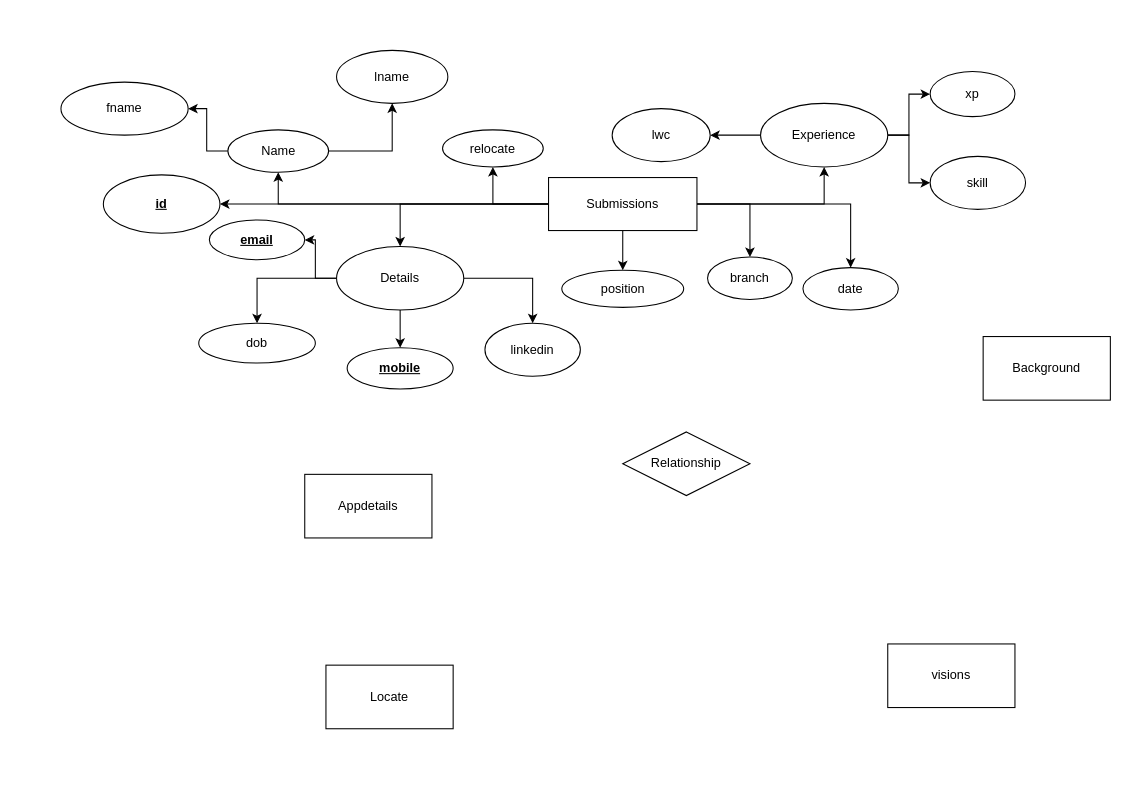
Above: ER Diagram DBMS.drawio in vilasrhegde/Jobapp (draw.io), before the change. Source tidied: cells renumbered, new cells numbered last; positions are measured from the earlier drawing's top-left corner, leaving out a move shared by most shapes. Both pictures are drawn from the tidied source at 106%, with x=0, y=0 at pixel (60, 50).
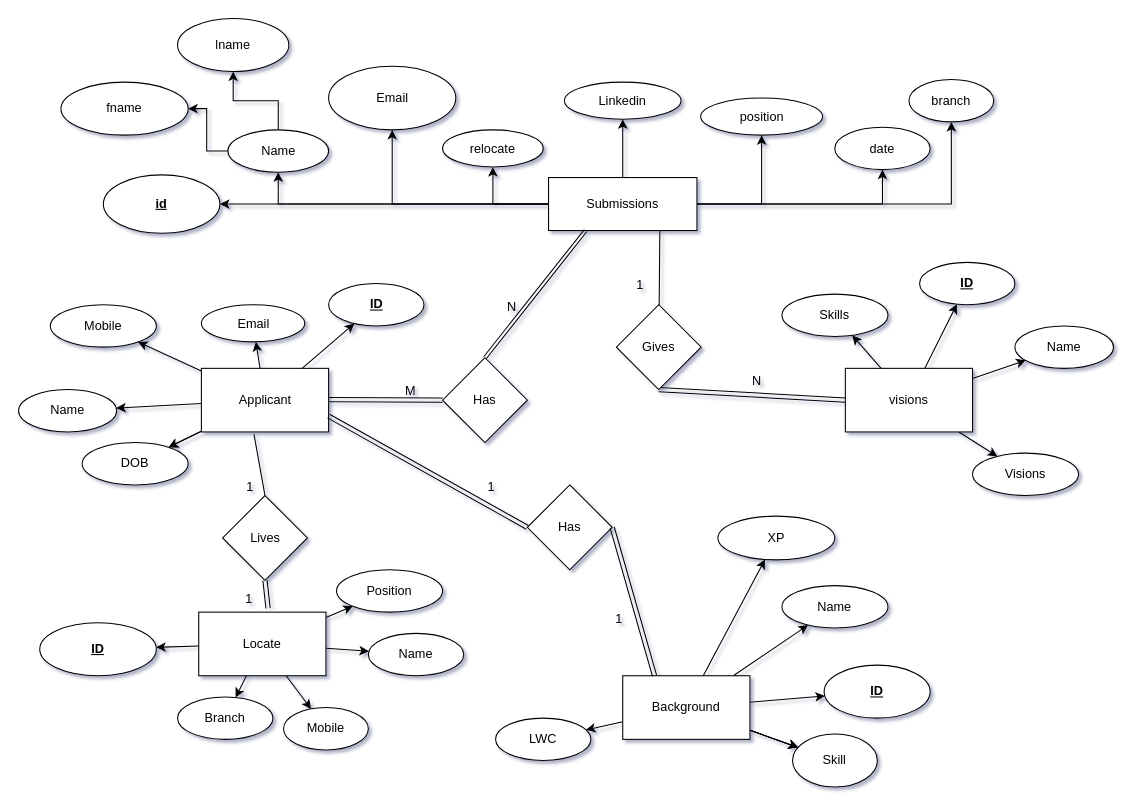
After the change.

The change refers to these unchanged cells:
```xml
<mxCell id="10" value="Submissions" style="rounded=0;whiteSpace=wrap;html=1;" parent="1" vertex="1">
  <mxGeometry x="460" y="120" width="140" height="50" as="geometry" />
</mxCell>
```

What changed in the source:
```diff
@@
-<mxGraphModel>
+<mxGraphModel shadow="1">
@@
-    <mxCell id="8" style="edgeStyle=orthogonalEdgeStyle;rounded=0;jettySize=auto;html=1;" parent="1" edge="1" source="10" target="30">
-      <mxGeometry relative="1" as="geometry" />
-    </mxCell>
-    <mxCell id="9" style="edgeStyle=orthogonalEdgeStyle;rounded=0;jettySize=auto;html=1;" parent="1" edge="1" source="10" target="38">
-      <mxGeometry relative="1" as="geometry" />
-    </mxCell>
+    <mxCell id="42" style="edgeStyle=orthogonalEdgeStyle;rounded=0;jettySize=auto;html=1;" parent="1" edge="1" source="10" target="66">
+      <mxGeometry relative="1" as="geometry" />
+    </mxCell>
+    <mxCell id="43" style="edgeStyle=orthogonalEdgeStyle;rounded=0;jettySize=auto;html=1;" parent="1" edge="1" source="10" target="67">
+      <mxGeometry relative="1" as="geometry" />
+    </mxCell>
@@
+    <mxCell id="44" style="edgeStyle=none;rounded=0;jettySize=auto;html=1;" parent="1" edge="1" source="11" target="82">
+      <mxGeometry relative="1" as="geometry" />
+    </mxCell>
+    <mxCell id="45" style="edgeStyle=none;rounded=0;jettySize=auto;html=1;" parent="1" edge="1" source="11" target="83">
+      <mxGeometry relative="1" as="geometry" />
+    </mxCell>
+    <mxCell id="46" style="edgeStyle=none;rounded=0;jettySize=auto;html=1;" parent="1" edge="1" source="11" target="84">
+      <mxGeometry relative="1" as="geometry" />
+    </mxCell>
+    <mxCell id="47" style="edgeStyle=none;rounded=0;jettySize=auto;html=1;" parent="1" edge="1" source="11" target="85">
+      <mxGeometry relative="1" as="geometry" />
+    </mxCell>
+    <mxCell id="48" style="edgeStyle=none;rounded=0;jettySize=auto;html=1;" parent="1" edge="1" source="11" target="85">
+      <mxGeometry relative="1" as="geometry" />
+    </mxCell>
+    <mxCell id="49" style="edgeStyle=none;rounded=0;jettySize=auto;html=1;" parent="1" edge="1" source="11" target="86">
+      <mxGeometry relative="1" as="geometry" />
+    </mxCell>
-    <mxCell id="11" value="Appdetails" style="rounded=0;whiteSpace=wrap;html=1;" parent="1" vertex="1">
-      <mxGeometry x="230" y="400" width="120" height="60" as="geometry" />
+    <mxCell id="11" value="Applicant" style="rounded=0;whiteSpace=wrap;html=1;" parent="1" vertex="1">
+      <mxGeometry x="132.5" y="300" width="120" height="60" as="geometry" />
     </mxCell>
+    <mxCell id="50" style="edgeStyle=none;rounded=0;jettySize=auto;html=1;" parent="1" edge="1" source="12" target="68">
+      <mxGeometry relative="1" as="geometry" />
+    </mxCell>
+    <mxCell id="51" style="edgeStyle=none;rounded=0;jettySize=auto;html=1;" parent="1" edge="1" source="12" target="68">
+      <mxGeometry relative="1" as="geometry" />
+    </mxCell>
+    <mxCell id="52" style="edgeStyle=none;rounded=0;jettySize=auto;html=1;" parent="1" edge="1" source="12" target="68">
+      <mxGeometry relative="1" as="geometry" />
+    </mxCell>
+    <mxCell id="53" style="edgeStyle=none;rounded=0;jettySize=auto;html=1;" parent="1" edge="1" source="12" target="69">
+      <mxGeometry relative="1" as="geometry" />
+    </mxCell>
+    <mxCell id="54" style="edgeStyle=none;rounded=0;jettySize=auto;html=1;" parent="1" edge="1" source="12" target="70">
+      <mxGeometry relative="1" as="geometry" />
+    </mxCell>
+    <mxCell id="55" style="edgeStyle=none;rounded=0;jettySize=auto;html=1;" parent="1" edge="1" source="12" target="71">
+      <mxGeometry relative="1" as="geometry" />
+    </mxCell>
+    <mxCell id="56" style="edgeStyle=none;rounded=0;jettySize=auto;html=1;" parent="1" edge="1" source="12" target="72">
+      <mxGeometry relative="1" as="geometry" />
+    </mxCell>
     <mxCell id="12" value="Background" style="rounded=0;whiteSpace=wrap;html=1;" parent="1" vertex="1">
-      <mxGeometry x="870" y="270" width="120" height="60" as="geometry" />
+      <mxGeometry x="530" y="590" width="120" height="60" as="geometry" />
     </mxCell>
+    <mxCell id="57" style="edgeStyle=none;rounded=0;jettySize=auto;html=1;" parent="1" edge="1" source="13" target="77">
+      <mxGeometry relative="1" as="geometry" />
+    </mxCell>
+    <mxCell id="58" style="edgeStyle=none;rounded=0;jettySize=auto;html=1;" parent="1" edge="1" source="13" target="78">
+      <mxGeometry relative="1" as="geometry" />
+    </mxCell>
+    <mxCell id="59" style="edgeStyle=none;rounded=0;jettySize=auto;html=1;" parent="1" edge="1" source="13" target="79">
+      <mxGeometry relative="1" as="geometry" />
+    </mxCell>
+    <mxCell id="60" style="edgeStyle=none;rounded=0;jettySize=auto;html=1;" parent="1" edge="1" source="13" target="80">
+      <mxGeometry relative="1" as="geometry" />
+    </mxCell>
+    <mxCell id="61" style="edgeStyle=none;rounded=0;jettySize=auto;html=1;" parent="1" edge="1" source="13" target="81">
+      <mxGeometry relative="1" as="geometry" />
+    </mxCell>
     <mxCell id="13" value="Locate" style="rounded=0;whiteSpace=wrap;html=1;" parent="1" vertex="1">
-      <mxGeometry x="250" y="580" width="120" height="60" as="geometry" />
+      <mxGeometry x="130" y="530" width="120" height="60" as="geometry" />
     </mxCell>
+    <mxCell id="62" style="edgeStyle=none;rounded=0;jettySize=auto;html=1;" parent="1" edge="1" source="14" target="73">
+      <mxGeometry relative="1" as="geometry" />
+    </mxCell>
+    <mxCell id="63" style="edgeStyle=none;rounded=0;jettySize=auto;html=1;" parent="1" edge="1" source="14" target="74">
+      <mxGeometry relative="1" as="geometry" />
+    </mxCell>
+    <mxCell id="64" style="edgeStyle=none;rounded=0;jettySize=auto;html=1;" parent="1" edge="1" source="14" target="75">
+      <mxGeometry relative="1" as="geometry" />
+    </mxCell>
+    <mxCell id="65" style="edgeStyle=none;rounded=0;jettySize=auto;html=1;" parent="1" edge="1" source="14" target="76">
+      <mxGeometry relative="1" as="geometry" />
+    </mxCell>
     <mxCell id="14" value="visions&lt;br&gt;" style="rounded=0;whiteSpace=wrap;html=1;" parent="1" vertex="1">
-      <mxGeometry x="780" y="560" width="120" height="60" as="geometry" />
+      <mxGeometry x="740" y="300" width="120" height="60" as="geometry" />
     </mxCell>
-    <mxCell id="15" value="Relationship" style="shape=rhombus;perimeter=rhombusPerimeter;whiteSpace=wrap;html=1;align=center;" parent="1" vertex="1">
-      <mxGeometry x="530" y="360" width="120" height="60" as="geometry" />
-    </mxCell>
     <mxCell id="16" value="branch" style="ellipse;whiteSpace=wrap;html=1;rounded=0;" parent="1" vertex="1">
-      <mxGeometry x="610" y="195" width="80" height="40" as="geometry" />
+      <mxGeometry x="800" y="27.5" width="80" height="40" as="geometry" />
     </mxCell>
@@
     <mxCell id="18" value="date" style="ellipse;whiteSpace=wrap;html=1;rounded=0;" parent="1" vertex="1">
-      <mxGeometry x="700" y="205" width="90" height="40" as="geometry" />
+      <mxGeometry x="730" y="72.5" width="90" height="40" as="geometry" />
     </mxCell>
@@
     <mxCell id="23" value="position" style="ellipse;whiteSpace=wrap;html=1;rounded=0;" parent="1" vertex="1">
-      <mxGeometry x="472.5" y="207.5" width="115" height="35" as="geometry" />
+      <mxGeometry x="603.5" y="45" width="115" height="35" as="geometry" />
     </mxCell>
     <mxCell id="24" value="lname" style="ellipse;whiteSpace=wrap;html=1;rounded=0;" parent="1" vertex="1">
-      <mxGeometry x="260" width="105" height="50" as="geometry" />
+      <mxGeometry x="110" y="-30" width="105" height="50" as="geometry" />
     </mxCell>
@@
-    <mxCell id="26" style="edgeStyle=orthogonalEdgeStyle;rounded=0;jettySize=auto;html=1;" parent="1" edge="1" source="30" target="31">
-      <mxGeometry relative="1" as="geometry" />
-    </mxCell>
-    <mxCell id="27" style="edgeStyle=orthogonalEdgeStyle;rounded=0;jettySize=auto;html=1;" parent="1" edge="1" source="30" target="32">
-      <mxGeometry relative="1" as="geometry" />
-    </mxCell>
-    <mxCell id="28" style="edgeStyle=orthogonalEdgeStyle;rounded=0;jettySize=auto;html=1;" parent="1" edge="1" source="30" target="33">
-      <mxGeometry relative="1" as="geometry" />
-    </mxCell>
-    <mxCell id="29" style="edgeStyle=orthogonalEdgeStyle;rounded=0;jettySize=auto;html=1;" parent="1" edge="1" source="30" target="34">
-      <mxGeometry relative="1" as="geometry" />
-    </mxCell>
-    <mxCell id="30" value="Details" style="ellipse;whiteSpace=wrap;html=1;rounded=0;" parent="1" vertex="1">
-      <mxGeometry x="260" y="185" width="120" height="60" as="geometry" />
-    </mxCell>
-    <mxCell id="31" value="&lt;u&gt;&lt;b&gt;email&lt;/b&gt;&lt;/u&gt;" style="ellipse;whiteSpace=wrap;html=1;rounded=0;" parent="1" vertex="1">
-      <mxGeometry x="140" y="160" width="90" height="37.5" as="geometry" />
-    </mxCell>
-    <mxCell id="32" value="dob" style="ellipse;whiteSpace=wrap;html=1;rounded=0;" parent="1" vertex="1">
-      <mxGeometry x="130" y="257.5" width="110" height="37.5" as="geometry" />
-    </mxCell>
-    <mxCell id="33" value="&lt;u&gt;&lt;b&gt;mobile&lt;/b&gt;&lt;/u&gt;" style="ellipse;whiteSpace=wrap;html=1;rounded=0;" parent="1" vertex="1">
-      <mxGeometry x="270" y="280.6" width="100" height="38.8" as="geometry" />
-    </mxCell>
-    <mxCell id="34" value="linkedin" style="ellipse;whiteSpace=wrap;html=1;rounded=0;" parent="1" vertex="1">
-      <mxGeometry x="400" y="257.5" width="90" height="50" as="geometry" />
-    </mxCell>
-    <mxCell id="35" style="edgeStyle=orthogonalEdgeStyle;rounded=0;jettySize=auto;html=1;" parent="1" edge="1" source="38" target="39">
-      <mxGeometry relative="1" as="geometry" />
-    </mxCell>
-    <mxCell id="36" style="edgeStyle=orthogonalEdgeStyle;rounded=0;jettySize=auto;html=1;" parent="1" edge="1" source="38" target="40">
-      <mxGeometry relative="1" as="geometry" />
-    </mxCell>
-    <mxCell id="37" style="edgeStyle=orthogonalEdgeStyle;rounded=0;jettySize=auto;html=1;" parent="1" edge="1" source="38" target="41">
-      <mxGeometry relative="1" as="geometry" />
-    </mxCell>
-    <mxCell id="38" value="Experience" style="ellipse;whiteSpace=wrap;html=1;rounded=0;" parent="1" vertex="1">
-      <mxGeometry x="660" y="50" width="120" height="60" as="geometry" />
-    </mxCell>
-    <mxCell id="39" value="xp" style="ellipse;whiteSpace=wrap;html=1;rounded=0;" parent="1" vertex="1">
-      <mxGeometry x="820" y="20" width="80" height="42.5" as="geometry" />
-    </mxCell>
-    <mxCell id="40" value="lwc" style="ellipse;whiteSpace=wrap;html=1;rounded=0;" parent="1" vertex="1">
-      <mxGeometry x="520" y="55" width="92.5" height="50" as="geometry" />
-    </mxCell>
-    <mxCell id="41" value="skill" style="ellipse;whiteSpace=wrap;html=1;rounded=0;" parent="1" vertex="1">
-      <mxGeometry x="820" y="100" width="90" height="50" as="geometry" />
-    </mxCell>
+    <mxCell id="66" value="Email" style="ellipse;whiteSpace=wrap;html=1;rounded=0;" parent="1" vertex="1">
+      <mxGeometry x="252.5" y="15" width="120" height="60" as="geometry" />
+    </mxCell>
+    <mxCell id="67" value="Linkedin" style="ellipse;whiteSpace=wrap;html=1;rounded=0;" parent="1" vertex="1">
+      <mxGeometry x="475" y="30" width="110" height="35" as="geometry" />
+    </mxCell>
+    <mxCell id="68" value="Skill" style="ellipse;whiteSpace=wrap;html=1;rounded=0;" parent="1" vertex="1">
+      <mxGeometry x="690.2" y="645" width="80" height="50" as="geometry" />
+    </mxCell>
+    <mxCell id="69" value="XP" style="ellipse;whiteSpace=wrap;html=1;rounded=0;rotation=0;" parent="1" vertex="1">
+      <mxGeometry x="619.8" y="439.4" width="110.2" height="41.3" as="geometry" />
+    </mxCell>
+    <mxCell id="70" value="LWC" style="ellipse;whiteSpace=wrap;html=1;rounded=0;" parent="1" vertex="1">
+      <mxGeometry x="410" y="630" width="90" height="40" as="geometry" />
+    </mxCell>
+    <mxCell id="71" value="Name" style="ellipse;whiteSpace=wrap;html=1;rounded=0;" parent="1" vertex="1">
+      <mxGeometry x="680.2" y="505" width="100" height="40" as="geometry" />
+    </mxCell>
+    <mxCell id="72" value="&lt;u&gt;&lt;b&gt;ID&lt;/b&gt;&lt;/u&gt;" style="ellipse;whiteSpace=wrap;html=1;rounded=0;" parent="1" vertex="1">
+      <mxGeometry x="720" y="580" width="100" height="50" as="geometry" />
+    </mxCell>
+    <mxCell id="73" value="Skills" style="ellipse;whiteSpace=wrap;html=1;rounded=0;" parent="1" vertex="1">
+      <mxGeometry x="680.2" y="230" width="100" height="40" as="geometry" />
+    </mxCell>
+    <mxCell id="74" value="&lt;b&gt;&lt;u&gt;ID&lt;/u&gt;&lt;/b&gt;" style="ellipse;whiteSpace=wrap;html=1;rounded=0;" parent="1" vertex="1">
+      <mxGeometry x="810" y="200" width="90" height="40" as="geometry" />
+    </mxCell>
+    <mxCell id="75" value="Visions" style="ellipse;whiteSpace=wrap;html=1;rounded=0;" parent="1" vertex="1">
+      <mxGeometry x="860" y="380" width="100" height="40" as="geometry" />
+    </mxCell>
+    <mxCell id="76" value="Name" style="ellipse;whiteSpace=wrap;html=1;rounded=0;" parent="1" vertex="1">
+      <mxGeometry x="900" y="260" width="93" height="40" as="geometry" />
+    </mxCell>
+    <mxCell id="77" value="Branch" style="ellipse;whiteSpace=wrap;html=1;rounded=0;" parent="1" vertex="1">
+      <mxGeometry x="110" y="610" width="90" height="40" as="geometry" />
+    </mxCell>
+    <mxCell id="78" value="Mobile" style="ellipse;whiteSpace=wrap;html=1;rounded=0;" parent="1" vertex="1">
+      <mxGeometry x="210" y="620" width="80" height="40" as="geometry" />
+    </mxCell>
+    <mxCell id="79" value="&lt;b&gt;&lt;u&gt;ID&lt;/u&gt;&lt;/b&gt;" style="ellipse;whiteSpace=wrap;html=1;rounded=0;" parent="1" vertex="1">
+      <mxGeometry x="-20" y="540" width="110" height="50" as="geometry" />
+    </mxCell>
+    <mxCell id="80" value="Name" style="ellipse;whiteSpace=wrap;html=1;rounded=0;" parent="1" vertex="1">
+      <mxGeometry x="290" y="550" width="90" height="40" as="geometry" />
+    </mxCell>
+    <mxCell id="81" value="Position" style="ellipse;whiteSpace=wrap;html=1;rounded=0;" parent="1" vertex="1">
+      <mxGeometry x="260" y="490" width="100" height="40" as="geometry" />
+    </mxCell>
+    <mxCell id="82" value="Name" style="ellipse;whiteSpace=wrap;html=1;rounded=0;" parent="1" vertex="1">
+      <mxGeometry x="-40" y="320" width="92.5" height="40" as="geometry" />
+    </mxCell>
+    <mxCell id="83" value="Email" style="ellipse;whiteSpace=wrap;html=1;rounded=0;" parent="1" vertex="1">
+      <mxGeometry x="132.5" y="240" width="97.5" height="35" as="geometry" />
+    </mxCell>
+    <mxCell id="84" value="Mobile" style="ellipse;whiteSpace=wrap;html=1;rounded=0;" parent="1" vertex="1">
+      <mxGeometry x="-10" y="240" width="100" height="40" as="geometry" />
+    </mxCell>
+    <mxCell id="85" value="DOB" style="ellipse;whiteSpace=wrap;html=1;rounded=0;" parent="1" vertex="1">
+      <mxGeometry x="20" y="370" width="100" height="40" as="geometry" />
+    </mxCell>
+    <mxCell id="86" value="&lt;b&gt;&lt;u&gt;ID&lt;/u&gt;&lt;/b&gt;" style="ellipse;whiteSpace=wrap;html=1;rounded=0;" parent="1" vertex="1">
+      <mxGeometry x="252.5" y="220" width="90" height="40" as="geometry" />
+    </mxCell>
+    <mxCell id="87" value="Has" style="rhombus;whiteSpace=wrap;html=1;rounded=0;" parent="1" vertex="1">
+      <mxGeometry x="360" y="290" width="80" height="80" as="geometry" />
+    </mxCell>
+    <mxCell id="88" style="shape=link;html=1;rounded=0;" parent="1" edge="1">
+      <mxGeometry relative="1" as="geometry">
+        <mxPoint x="252.5" y="329.5" as="sourcePoint" />
+        <mxPoint x="360" y="330" as="targetPoint" />
+      </mxGeometry>
+    </mxCell>
+    <mxCell id="89" value="M" style="html=1;align=right;verticalAlign=bottom;" parent="88" vertex="1">
+      <mxGeometry x="1" relative="1" as="geometry">
+        <mxPoint x="-25" as="offset" />
+      </mxGeometry>
+    </mxCell>
+    <mxCell id="90" style="shape=link;html=1;rounded=0;width=3;exitX=0.25;exitY=1;exitDx=0;exitDy=0;entryX=0.5;entryY=0;entryDx=0;entryDy=0;" parent="1" edge="1" source="10" target="87">
+      <mxGeometry relative="1" as="geometry" />
+    </mxCell>
+    <mxCell id="91" style="html=1;align=left;verticalAlign=bottom;" parent="90" vertex="1">
+      <mxGeometry x="-1" relative="1" as="geometry" />
+    </mxCell>
+    <mxCell id="92" value="N" style="html=1;align=right;verticalAlign=bottom;" parent="90" vertex="1">
+      <mxGeometry x="1" relative="1" as="geometry">
+        <mxPoint x="30" y="-40" as="offset" />
+      </mxGeometry>
+    </mxCell>
+    <mxCell id="93" value="Has" style="rhombus;whiteSpace=wrap;html=1;rounded=0;" parent="1" vertex="1">
+      <mxGeometry x="440" y="410" width="80" height="80" as="geometry" />
+    </mxCell>
+    <mxCell id="94" style="shape=link;html=1;rounded=0;exitX=1;exitY=0.75;exitDx=0;exitDy=0;entryX=0;entryY=0.5;entryDx=0;entryDy=0;" parent="1" edge="1" source="11" target="93">
+      <mxGeometry relative="1" as="geometry" />
+    </mxCell>
+    <mxCell id="95" value="1" style="html=1;align=left;verticalAlign=bottom;" parent="94" vertex="1">
+      <mxGeometry x="-1" relative="1" as="geometry">
+        <mxPoint x="148" y="75" as="offset" />
+      </mxGeometry>
+    </mxCell>
+    <mxCell id="96" style="shape=link;html=1;rounded=0;entryX=0.25;entryY=0;entryDx=0;entryDy=0;exitX=1;exitY=0.5;exitDx=0;exitDy=0;" parent="1" edge="1" source="93" target="12">
+      <mxGeometry relative="1" as="geometry" />
+    </mxCell>
+    <mxCell id="97" value="1" style="html=1;align=right;verticalAlign=bottom;" parent="96" vertex="1">
+      <mxGeometry x="1" relative="1" as="geometry">
+        <mxPoint x="-10" y="-360" as="offset" />
+      </mxGeometry>
+    </mxCell>
+    <mxCell id="98" value="Lives" style="rhombus;whiteSpace=wrap;html=1;rounded=0;" parent="1" vertex="1">
+      <mxGeometry x="152.5" y="420" width="80" height="80" as="geometry" />
+    </mxCell>
+    <mxCell id="99" style="endArrow=none;html=1;rounded=0;exitX=0.413;exitY=1.033;exitDx=0;exitDy=0;exitPerimeter=0;entryX=0.5;entryY=0;entryDx=0;entryDy=0;" parent="1" edge="1" source="11" target="98">
+      <mxGeometry relative="1" as="geometry" />
+    </mxCell>
+    <mxCell id="100" value="1" style="html=1;align=right;verticalAlign=bottom;" parent="99" vertex="1">
+      <mxGeometry x="1" relative="1" as="geometry">
+        <mxPoint x="-11" as="offset" />
+      </mxGeometry>
+    </mxCell>
+    <mxCell id="101" style="shape=link;html=1;rounded=0;exitX=0.5;exitY=1;exitDx=0;exitDy=0;entryX=0.545;entryY=-0.061;entryDx=0;entryDy=0;entryPerimeter=0;" parent="1" edge="1" source="98" target="13">
+      <mxGeometry relative="1" as="geometry" />
+    </mxCell>
+    <mxCell id="102" value="1" style="html=1;align=right;verticalAlign=bottom;" parent="101" vertex="1">
+      <mxGeometry x="1" relative="1" as="geometry">
+        <mxPoint x="-14" as="offset" />
+      </mxGeometry>
+    </mxCell>
+    <mxCell id="103" style="shape=link;html=1;rounded=0;entryX=0;entryY=0.5;entryDx=0;entryDy=0;exitX=0.5;exitY=1;exitDx=0;exitDy=0;" parent="1" edge="1" source="105" target="14">
+      <mxGeometry relative="1" as="geometry" />
+    </mxCell>
+    <mxCell id="104" value="N" style="html=1;align=right;verticalAlign=bottom;" parent="103" vertex="1">
+      <mxGeometry x="1" relative="1" as="geometry">
+        <mxPoint x="-79" y="-10" as="offset" />
+      </mxGeometry>
+    </mxCell>
+    <mxCell id="105" value="Gives" style="rhombus;whiteSpace=wrap;html=1;rounded=0;" parent="1" vertex="1">
+      <mxGeometry x="524" y="240" width="80" height="80" as="geometry" />
+    </mxCell>
+    <mxCell id="106" style="endArrow=none;html=1;rounded=0;entryX=0.75;entryY=1;entryDx=0;entryDy=0;" parent="1" edge="1" source="105" target="10">
+      <mxGeometry relative="1" as="geometry" />
+    </mxCell>
+    <mxCell id="107" value="1" style="html=1;align=right;verticalAlign=bottom;" parent="106" vertex="1">
+      <mxGeometry x="1" relative="1" as="geometry">
+        <mxPoint x="-35" y="375" as="offset" />
+      </mxGeometry>
+    </mxCell>
```
